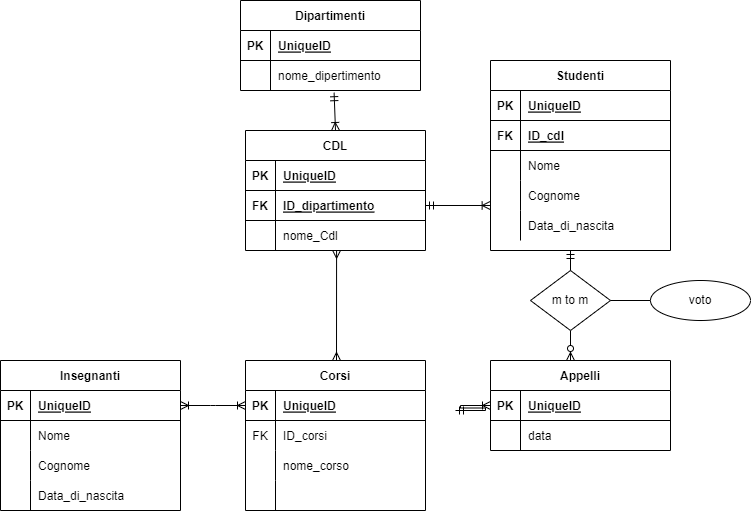
Above: db-university.png in Alex-Uva89/db-university (draw.io), before the change. Source tidied: cells renumbered, new cells last; positions are measured from the earlier drawing's top-left corner, leaving out a move shared by most shapes.
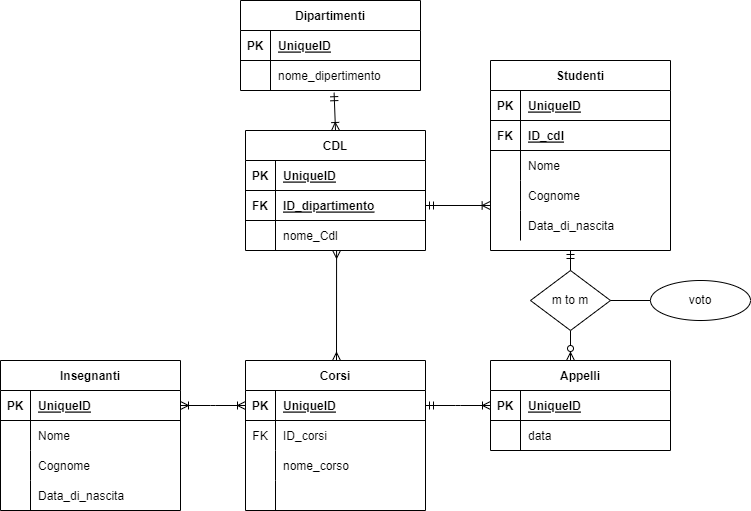
The same diagram one commit later.

Diff of the diagram source:
```diff
@@ -191,10 +191,8 @@
     <mxCell id="62" style="fontSize=12;html=1;endArrow=ERoneToMany;startArrow=ERmandOne;rounded=0;strokeWidth=1;exitX=0.52;exitY=1.073;exitDx=0;exitDy=0;exitPerimeter=0;entryX=0.5;entryY=0;entryDx=0;entryDy=0;" parent="1" edge="1" source="6" target="9">
       <mxGeometry relative="1" as="geometry" />
     </mxCell>
-    <mxCell id="63" style="edgeStyle=entityRelationEdgeStyle;fontSize=12;html=1;endArrow=ERoneToMany;startArrow=ERmandOne;rounded=0;strokeWidth=1;entryX=0;entryY=0.5;entryDx=0;entryDy=0;" parent="1" edge="1" target="33">
-      <mxGeometry relative="1" as="geometry">
-        <mxPoint x="455" y="410" as="sourcePoint" />
-      </mxGeometry>
+    <mxCell id="63" style="edgeStyle=entityRelationEdgeStyle;fontSize=12;html=1;endArrow=ERoneToMany;startArrow=ERmandOne;rounded=0;strokeWidth=1;entryX=0;entryY=0.5;entryDx=0;entryDy=0;exitX=1;exitY=0.5;exitDx=0;exitDy=0;" parent="1" edge="1" source="66" target="33">
+      <mxGeometry relative="1" as="geometry" />
     </mxCell>
     <mxCell id="64" style="edgeStyle=entityRelationEdgeStyle;fontSize=12;html=1;endArrow=ERoneToMany;startArrow=ERoneToMany;rounded=0;strokeWidth=1;exitX=1;exitY=0.5;exitDx=0;exitDy=0;entryX=0;entryY=0.5;entryDx=0;entryDy=0;" parent="1" edge="1" source="20">
       <mxGeometry relative="1" as="geometry">
```
